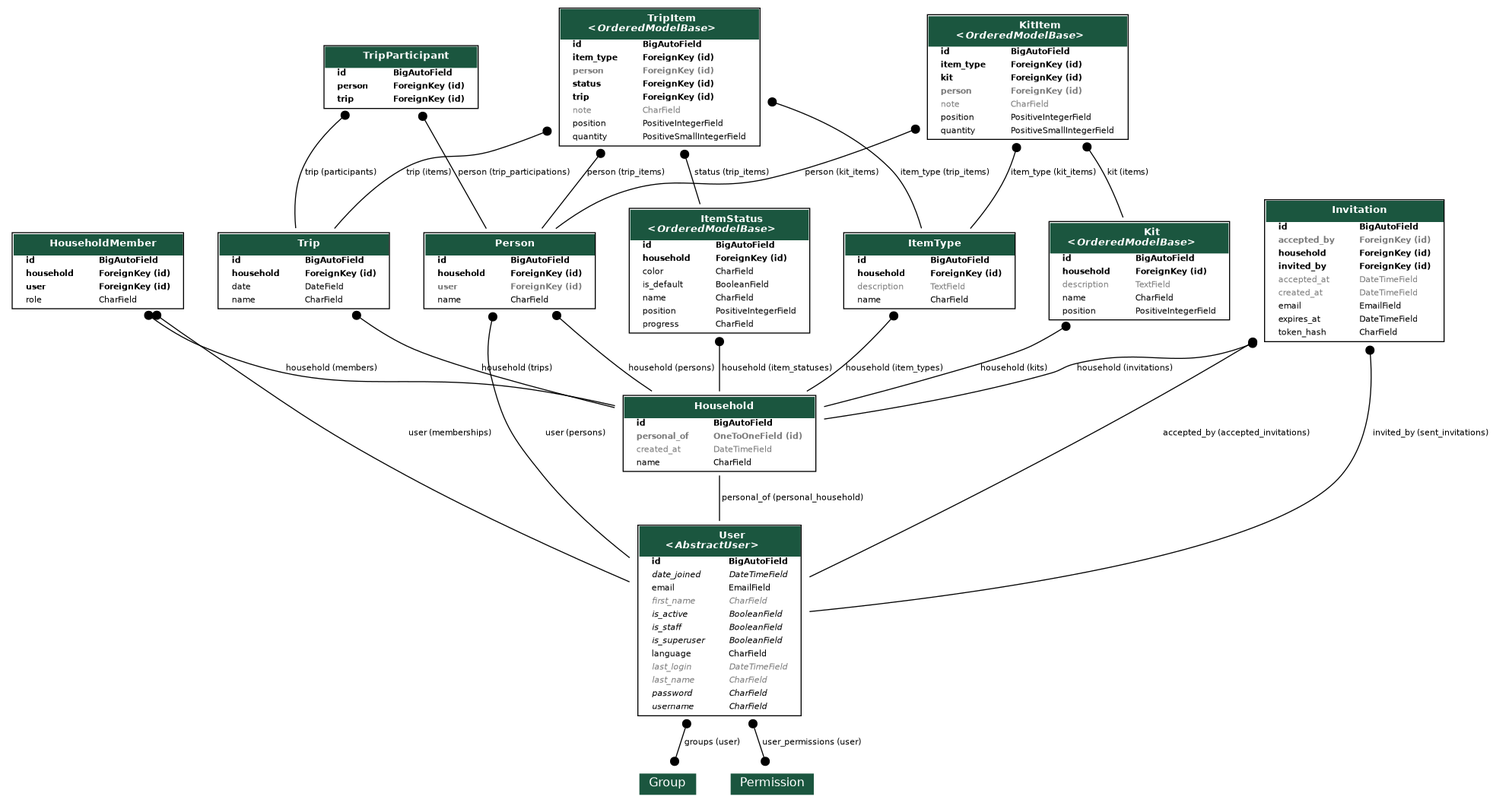
Earlier version of the Graphviz export docs/model/schema.png (AxineTeam/tout-pris-api). Its source is kept beside it as docs/model/schema.dot.
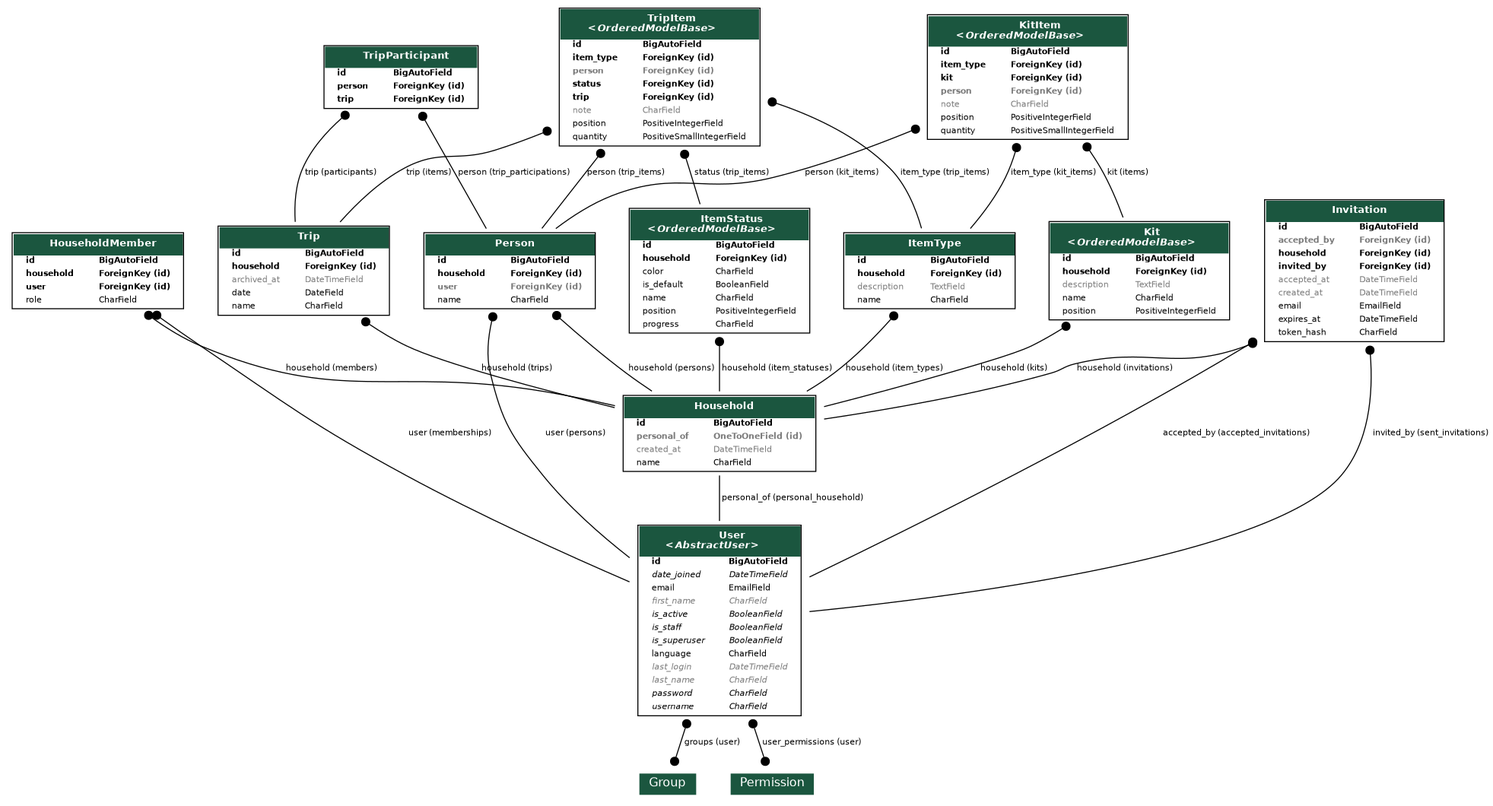
After the commit.

Diff of the diagram source:
```diff
@@ -586,6 +586,14 @@
     <FONT FACE="Roboto"><B>household</B></FONT>
     </TD><TD ALIGN="LEFT">
     <FONT FACE="Roboto"><B>ForeignKey (id)</B></FONT>
+    </TD></TR>
+
+
+
+    <TR><TD ALIGN="LEFT" BORDER="0">
+    <FONT COLOR="#7B7B7B" FACE="Roboto">archived_at</FONT>
+    </TD><TD ALIGN="LEFT">
+    <FONT COLOR="#7B7B7B" FACE="Roboto">DateTimeField</FONT>
     </TD></TR>
 
 
```
